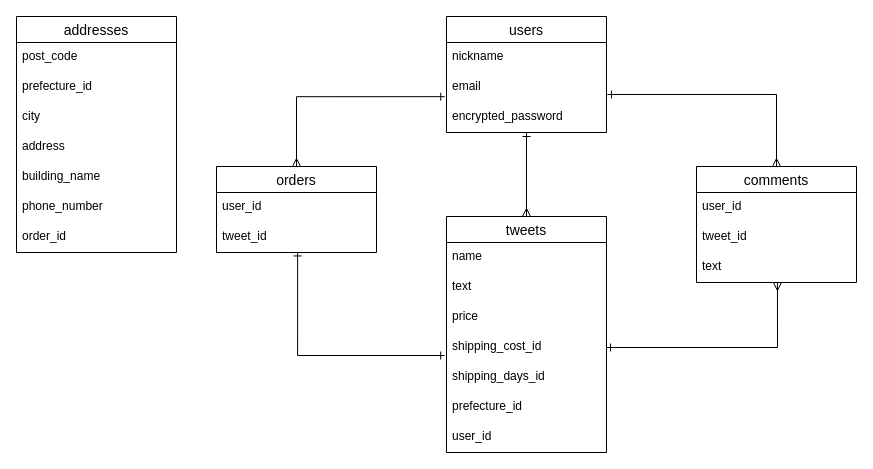
This is ER.dio from sakaiyuji3862/fruit_store, a draw.io file, before an edit. Source tidied: cells renumbered, new cells numbered last; positions are measured from the earlier drawing's top-left corner, leaving out a move shared by most shapes. Both pictures are drawn from the tidied source at 100%, with x=0, y=0 at pixel (16, 16).
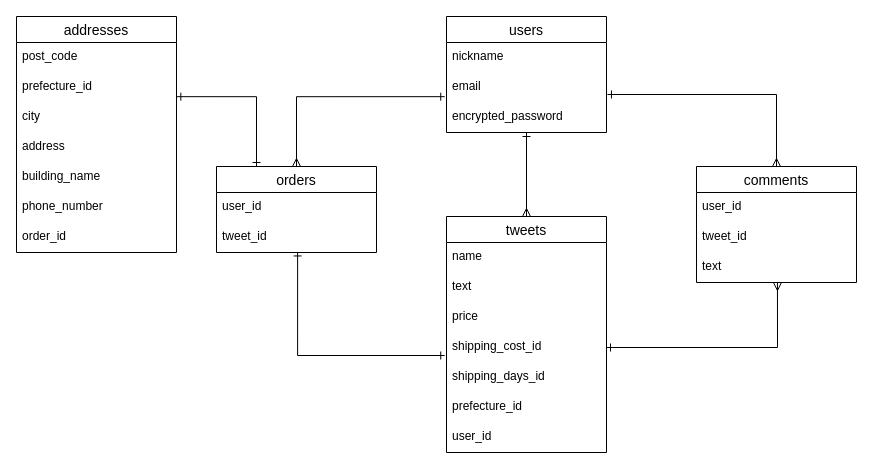
After the change.

Unchanged cells that the change refers to:
```xml
<mxCell id="21" value="orders" style="swimlane;fontStyle=0;horizontal=1;startSize=26;align=center;fontSize=14;" parent="1" vertex="1">
  <mxGeometry x="200" y="150" width="160" height="86" as="geometry" />
</mxCell>
<mxCell id="28" value="prefecture_id" style="text;strokeColor=none;fillColor=none;spacingLeft=4;spacingRight=4;overflow=hidden;points=[[0,0.5],[1,0.5]];portConstraint=eastwest;fontSize=12;" parent="26" vertex="1">
  <mxGeometry y="56" width="160" height="30" as="geometry" />
</mxCell>
```

Diff of the diagram source:
```diff
@@
+    <mxCell id="34" style="edgeStyle=orthogonalEdgeStyle;rounded=0;jettySize=auto;html=1;entryX=0.25;entryY=0;entryDx=0;entryDy=0;startArrow=ERone;startFill=0;endArrow=ERone;endFill=0;exitX=1.002;exitY=0.806;exitDx=0;exitDy=0;exitPerimeter=0;" parent="1" edge="1" source="28" target="21">
+      <mxGeometry relative="1" as="geometry" />
+    </mxCell>
```
